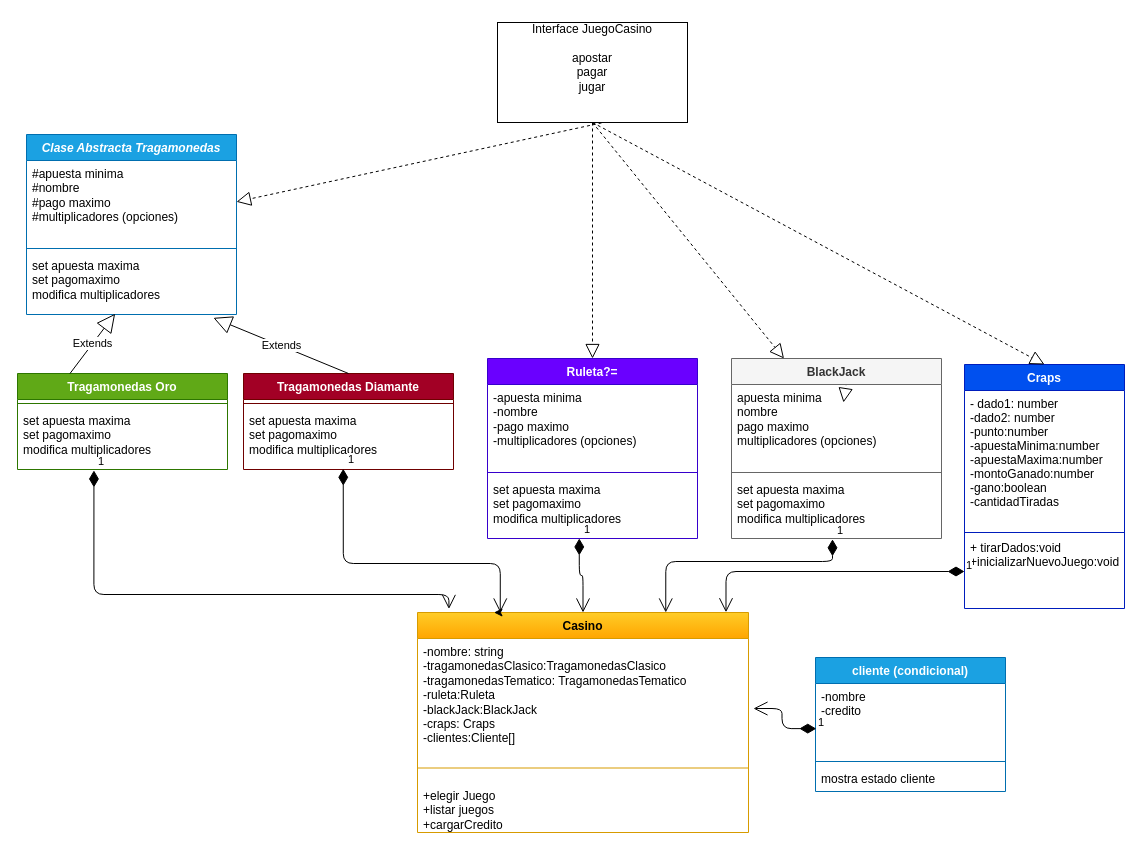
Before: Casino.drawio in ruedaariel/CasinoProyectoFinal, a draw.io diagram. Source tidied: cells renumbered, new cells numbered last; positions are measured from the earlier drawing's top-left corner, leaving out a move shared by most shapes. Both pictures are drawn from the tidied source at 100%, with x=0, y=0 at pixel (17, 22).
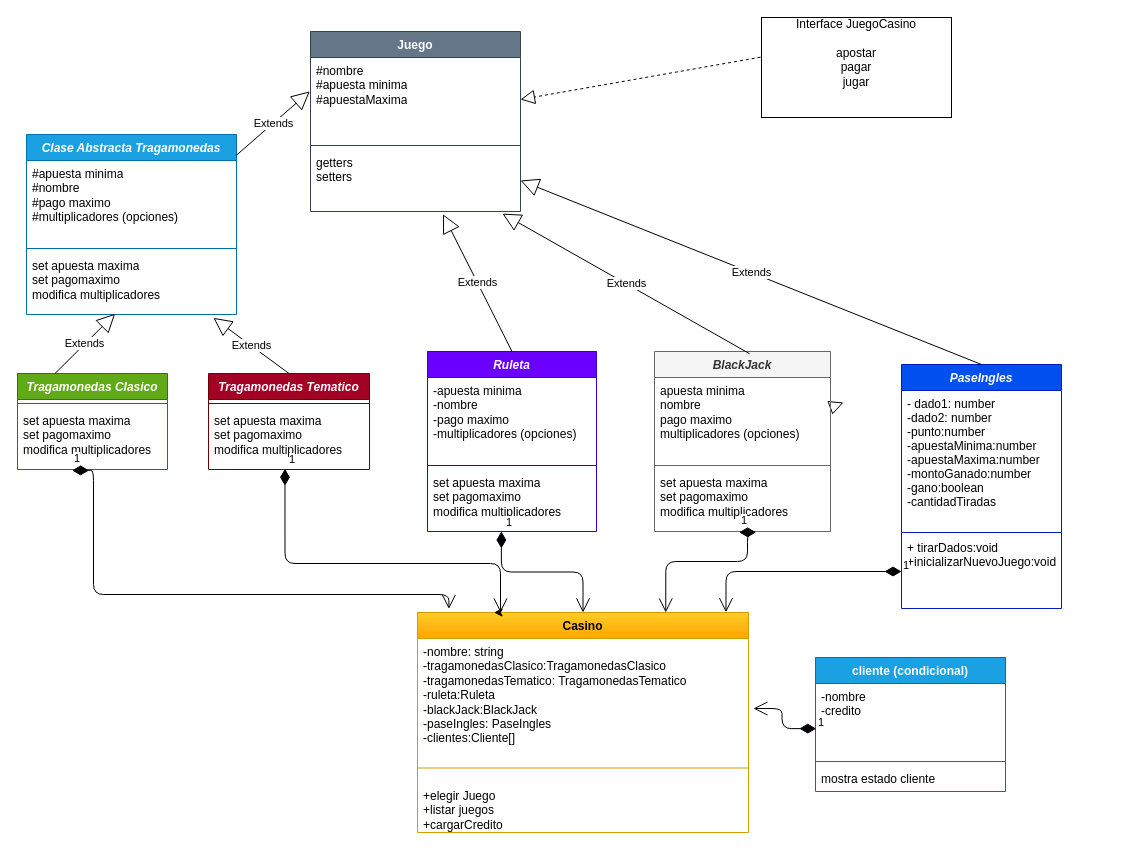
The same page after the edit.

Commit message (it also covers changes not shown here):
se agregaron comentarios a paseIngles

The change refers to these unchanged cells:
```xml
<mxCell id="3" value="&lt;i&gt;Clase Abstracta Tragamonedas&lt;/i&gt;" style="swimlane;fontStyle=1;align=center;verticalAlign=top;horizontal=1;startSize=26;whiteSpace=wrap;html=1;fillColor=#1ba1e2;strokeColor=#006EAF;fontColor=#ffffff;" parent="1" vertex="1">
  <mxGeometry x="9" y="112" width="210" height="180" as="geometry" />
</mxCell>
<mxCell id="4" value="&lt;div&gt;#apuesta minima&lt;/div&gt;&lt;div&gt;#nombre&lt;/div&gt;&lt;div&gt;#pago maximo&lt;/div&gt;&lt;div&gt;#multiplicadores (opciones)&lt;/div&gt;" style="text;strokeColor=none;fillColor=none;align=left;verticalAlign=top;spacingLeft=4;spacingRight=4;overflow=hidden;points=[[0,0.5],[1,0.5]];portConstraint=eastwest;whiteSpace=wrap;html=1;" parent="3" vertex="1">
  <mxGeometry y="26" width="210" height="84" as="geometry" />
</mxCell>
<mxCell id="13" value="Casino" style="swimlane;fontStyle=1;align=center;verticalAlign=top;horizontal=1;startSize=26;whiteSpace=wrap;html=1;fillColor=#ffcd28;gradientColor=#ffa500;strokeColor=#d79b00;" parent="1" vertex="1">
  <mxGeometry x="400" y="590" width="331" height="220" as="geometry" />
</mxCell>
```

Change to the diagram source:
```diff
@@
     <mxCell id="2" value="Interface JuegoCasino&lt;div&gt;&lt;br&gt;&lt;/div&gt;&lt;div&gt;apostar&lt;/div&gt;&lt;div&gt;pagar&lt;/div&gt;&lt;div&gt;jugar&lt;/div&gt;&lt;div&gt;&lt;br&gt;&lt;/div&gt;&lt;div&gt;&lt;br&gt;&lt;/div&gt;" style="html=1;whiteSpace=wrap;" parent="1" vertex="1">
-      <mxGeometry x="480" width="190" height="100" as="geometry" />
+      <mxGeometry x="744" y="-5" width="190" height="100" as="geometry" />
     </mxCell>
@@
-    <mxCell id="7" value="Tragamonedas Oro" style="swimlane;fontStyle=1;align=center;verticalAlign=top;horizontal=1;startSize=26;whiteSpace=wrap;html=1;fillColor=#60a917;strokeColor=#2D7600;fontColor=#ffffff;" parent="1" vertex="1">
-      <mxGeometry y="351" width="210" height="96" as="geometry" />
+    <mxCell id="7" value="&lt;i&gt;Tragamonedas Clasico&lt;/i&gt;" style="swimlane;fontStyle=1;align=center;verticalAlign=top;horizontal=1;startSize=26;whiteSpace=wrap;html=1;fillColor=#60a917;strokeColor=#2D7600;fontColor=#ffffff;" parent="1" vertex="1">
+      <mxGeometry y="351" width="150" height="96" as="geometry" />
     </mxCell>
     <mxCell id="8" style="line;strokeWidth=1;fillColor=none;align=left;verticalAlign=middle;spacingTop=-1;spacingLeft=3;spacingRight=3;labelPosition=right;strokeColor=inherit;" parent="7" vertex="1">
-      <mxGeometry y="26" width="210" height="8" as="geometry" />
+      <mxGeometry y="26" width="150" height="8" as="geometry" />
     </mxCell>
     <mxCell id="9" value="set apuesta maxima&lt;div&gt;set pagomaximo&lt;/div&gt;&lt;div&gt;modifica multiplicadores&lt;/div&gt;&lt;div&gt;&lt;br&gt;&lt;/div&gt;" style="text;strokeColor=none;fillColor=none;align=left;verticalAlign=top;spacingLeft=4;spacingRight=4;overflow=hidden;points=[[0,0.5],[1,0.5]];portConstraint=eastwest;whiteSpace=wrap;html=1;" parent="7" vertex="1">
-      <mxGeometry y="34" width="210" height="62" as="geometry" />
+      <mxGeometry y="34" width="150" height="62" as="geometry" />
     </mxCell>
-    <mxCell id="10" value="Tragamonedas Diamante" style="swimlane;fontStyle=1;align=center;verticalAlign=top;horizontal=1;startSize=26;whiteSpace=wrap;html=1;fillColor=#a20025;strokeColor=#6F0000;fontColor=#ffffff;" parent="1" vertex="1">
-      <mxGeometry x="226" y="351" width="210" height="96" as="geometry" />
+    <mxCell id="10" value="&lt;i&gt;Tragamonedas Tematico&lt;/i&gt;" style="swimlane;fontStyle=1;align=center;verticalAlign=top;horizontal=1;startSize=26;whiteSpace=wrap;html=1;fillColor=#a20025;strokeColor=#6F0000;fontColor=#ffffff;" parent="1" vertex="1">
+      <mxGeometry x="191" y="351" width="161" height="96" as="geometry" />
     </mxCell>
     <mxCell id="11" style="line;strokeWidth=1;fillColor=none;align=left;verticalAlign=middle;spacingTop=-1;spacingLeft=3;spacingRight=3;labelPosition=right;strokeColor=inherit;" parent="10" vertex="1">
-      <mxGeometry y="26" width="210" height="8" as="geometry" />
+      <mxGeometry y="26" width="161" height="8" as="geometry" />
     </mxCell>
     <mxCell id="12" value="set apuesta maxima&lt;div&gt;set pagomaximo&lt;/div&gt;&lt;div&gt;modifica multiplicadores&lt;/div&gt;&lt;div&gt;&lt;br&gt;&lt;/div&gt;" style="text;strokeColor=none;fillColor=none;align=left;verticalAlign=top;spacingLeft=4;spacingRight=4;overflow=hidden;points=[[0,0.5],[1,0.5]];portConstraint=eastwest;whiteSpace=wrap;html=1;" parent="10" vertex="1">
-      <mxGeometry y="34" width="210" height="62" as="geometry" />
+      <mxGeometry y="34" width="161" height="62" as="geometry" />
     </mxCell>
@@
-    <mxCell id="14" value="-nombre: string&lt;br&gt;-tragamonedasClasico:TragamonedasClasico&lt;div&gt;-tragamonedasTematico: TragamonedasTematico&lt;br&gt;&lt;div&gt;-ruleta:Ruleta&lt;/div&gt;&lt;div&gt;-blackJack:BlackJack&lt;/div&gt;&lt;div&gt;-craps: Craps&lt;/div&gt;&lt;div&gt;-clientes:Cliente[]&lt;/div&gt;&lt;/div&gt;" style="text;strokeColor=none;fillColor=none;align=left;verticalAlign=top;spacingLeft=4;spacingRight=4;overflow=hidden;points=[[0,0.5],[1,0.5]];portConstraint=eastwest;whiteSpace=wrap;html=1;" parent="13" vertex="1">
+    <mxCell id="14" value="-nombre: string&lt;br&gt;-tragamonedasClasico:TragamonedasClasico&lt;div&gt;-tragamonedasTematico: TragamonedasTematico&lt;br&gt;&lt;div&gt;-ruleta:Ruleta&lt;/div&gt;&lt;div&gt;-blackJack:BlackJack&lt;/div&gt;&lt;div&gt;-paseIngles: PaseIngles&lt;/div&gt;&lt;div&gt;-clientes:Cliente[]&lt;/div&gt;&lt;/div&gt;" style="text;strokeColor=none;fillColor=none;align=left;verticalAlign=top;spacingLeft=4;spacingRight=4;overflow=hidden;points=[[0,0.5],[1,0.5]];portConstraint=eastwest;whiteSpace=wrap;html=1;" parent="13" vertex="1">
       <mxGeometry y="26" width="331" height="115" as="geometry" />
     </mxCell>
@@
-    <mxCell id="17" value="Ruleta?=" style="swimlane;fontStyle=1;align=center;verticalAlign=top;horizontal=1;startSize=26;whiteSpace=wrap;html=1;fillColor=#6a00ff;strokeColor=#3700CC;fontColor=#ffffff;" parent="1" vertex="1">
-      <mxGeometry x="470" y="336" width="210" height="180" as="geometry" />
+    <mxCell id="17" value="&lt;i&gt;Ruleta&lt;/i&gt;" style="swimlane;fontStyle=1;align=center;verticalAlign=top;horizontal=1;startSize=26;whiteSpace=wrap;html=1;fillColor=#6a00ff;strokeColor=#3700CC;fontColor=#ffffff;" parent="1" vertex="1">
+      <mxGeometry x="410" y="329" width="169" height="180" as="geometry" />
     </mxCell>
     <mxCell id="18" value="&lt;div&gt;-apuesta minima&lt;/div&gt;&lt;div&gt;-nombre&lt;/div&gt;&lt;div&gt;-pago maximo&lt;/div&gt;&lt;div&gt;-multiplicadores (opciones)&lt;/div&gt;" style="text;strokeColor=none;fillColor=none;align=left;verticalAlign=top;spacingLeft=4;spacingRight=4;overflow=hidden;whiteSpace=wrap;html=1;" parent="17" vertex="1">
-      <mxGeometry y="26" width="210" height="84" as="geometry" />
+      <mxGeometry y="26" width="169" height="84" as="geometry" />
     </mxCell>
     <mxCell id="19" style="line;strokeWidth=1;fillColor=none;align=left;verticalAlign=middle;spacingTop=-1;spacingLeft=3;spacingRight=3;labelPosition=right;strokeColor=inherit;" parent="17" vertex="1">
-      <mxGeometry y="110" width="210" height="8" as="geometry" />
+      <mxGeometry y="110" width="169" height="8" as="geometry" />
     </mxCell>
     <mxCell id="20" value="set apuesta maxima&lt;div&gt;set pagomaximo&lt;/div&gt;&lt;div&gt;modifica multiplicadores&lt;/div&gt;&lt;div&gt;&lt;br&gt;&lt;/div&gt;" style="text;strokeColor=none;fillColor=none;align=left;verticalAlign=top;spacingLeft=4;spacingRight=4;overflow=hidden;points=[[0,0.5],[1,0.5]];portConstraint=eastwest;whiteSpace=wrap;html=1;" parent="17" vertex="1">
-      <mxGeometry y="118" width="210" height="62" as="geometry" />
+      <mxGeometry y="118" width="169" height="62" as="geometry" />
     </mxCell>
@@
-    <mxCell id="27" style="endArrow=block;dashed=1;endFill=0;endSize=12;html=1;rounded=0;" parent="1" edge="1" source="2" target="17">
-      <mxGeometry relative="1" as="geometry" />
-    </mxCell>
@@
-    <mxCell id="29" style="endArrow=block;dashed=1;endFill=0;endSize=12;html=1;rounded=0;exitX=0.548;exitY=1.004;exitDx=0;exitDy=0;exitPerimeter=0;" parent="1" edge="1" source="2" target="3">
+    <mxCell id="29" style="endArrow=block;dashed=1;endFill=0;endSize=12;html=1;rounded=0;exitX=-0.005;exitY=0.397;exitDx=0;exitDy=0;exitPerimeter=0;entryX=1;entryY=0.5;entryDx=0;entryDy=0;" parent="1" edge="1" source="2" target="48">
       <mxGeometry relative="1" as="geometry" />
     </mxCell>
-    <mxCell id="30" value="BlackJack" style="swimlane;fontStyle=1;align=center;verticalAlign=top;horizontal=1;startSize=26;whiteSpace=wrap;html=1;fillColor=#f5f5f5;strokeColor=#666666;fontColor=#333333;" parent="1" vertex="1">
-      <mxGeometry x="714" y="336" width="210" height="180" as="geometry" />
+    <mxCell id="30" value="&lt;i&gt;BlackJack&lt;/i&gt;" style="swimlane;fontStyle=1;align=center;verticalAlign=top;horizontal=1;startSize=26;whiteSpace=wrap;html=1;fillColor=#f5f5f5;strokeColor=#666666;fontColor=#333333;" parent="1" vertex="1">
+      <mxGeometry x="637" y="329" width="176" height="180" as="geometry" />
     </mxCell>
     <mxCell id="31" value="&lt;div&gt;apuesta minima&lt;/div&gt;&lt;div&gt;nombre&lt;/div&gt;&lt;div&gt;pago maximo&lt;/div&gt;&lt;div&gt;multiplicadores (opciones)&lt;/div&gt;" style="text;strokeColor=none;fillColor=none;align=left;verticalAlign=top;spacingLeft=4;spacingRight=4;overflow=hidden;whiteSpace=wrap;html=1;" parent="30" vertex="1">
-      <mxGeometry y="26" width="210" height="84" as="geometry" />
+      <mxGeometry y="26" width="176" height="84" as="geometry" />
     </mxCell>
     <mxCell id="32" style="line;strokeWidth=1;fillColor=none;align=left;verticalAlign=middle;spacingTop=-1;spacingLeft=3;spacingRight=3;labelPosition=right;strokeColor=inherit;" parent="30" vertex="1">
-      <mxGeometry y="110" width="210" height="8" as="geometry" />
+      <mxGeometry y="110" width="176" height="8" as="geometry" />
     </mxCell>
     <mxCell id="33" value="set apuesta maxima&lt;div&gt;set pagomaximo&lt;/div&gt;&lt;div&gt;modifica multiplicadores&lt;/div&gt;&lt;div&gt;&lt;br&gt;&lt;/div&gt;" style="text;strokeColor=none;fillColor=none;align=left;verticalAlign=top;spacingLeft=4;spacingRight=4;overflow=hidden;points=[[0,0.5],[1,0.5]];portConstraint=eastwest;whiteSpace=wrap;html=1;" parent="30" vertex="1">
-      <mxGeometry y="118" width="210" height="62" as="geometry" />
+      <mxGeometry y="118" width="176" height="62" as="geometry" />
     </mxCell>
-    <mxCell id="34" value="Craps" style="swimlane;fontStyle=1;align=center;verticalAlign=top;horizontal=1;startSize=26;fillColor=#0050ef;strokeColor=#001DBC;fontColor=#ffffff;" parent="1" vertex="1">
-      <mxGeometry x="947" y="342" width="160" height="244" as="geometry" />
+    <mxCell id="34" value="PaseIngles" style="swimlane;fontStyle=3;align=center;verticalAlign=top;horizontal=1;startSize=26;fillColor=#0050ef;strokeColor=#001DBC;fontColor=#ffffff;" parent="1" vertex="1">
+      <mxGeometry x="884" y="342" width="160" height="244" as="geometry" />
     </mxCell>
@@
-    <mxCell id="38" style="endArrow=block;dashed=1;endFill=0;endSize=12;html=1;rounded=0;entryX=0.25;entryY=0;entryDx=0;entryDy=0;exitX=0.5;exitY=1;exitDx=0;exitDy=0;" parent="1" edge="1" source="2" target="30">
-      <mxGeometry relative="1" as="geometry" />
-    </mxCell>
-    <mxCell id="39" style="endArrow=block;dashed=1;endFill=0;endSize=12;html=1;rounded=0;entryX=0.5;entryY=0;entryDx=0;entryDy=0;exitX=0.5;exitY=1;exitDx=0;exitDy=0;" parent="1" edge="1" source="2" target="34">
-      <mxGeometry relative="1" as="geometry" />
-    </mxCell>
@@
-    <mxCell id="42" value="1" style="endArrow=open;html=1;endSize=12;startArrow=diamondThin;startSize=14;startFill=1;edgeStyle=orthogonalEdgeStyle;align=left;verticalAlign=bottom;exitX=0.475;exitY=0.989;exitDx=0;exitDy=0;exitPerimeter=0;entryX=0.25;entryY=0;entryDx=0;entryDy=0;" parent="1" edge="1" source="12" target="13">
+    <mxCell id="42" value="1" style="endArrow=open;html=1;endSize=12;startArrow=diamondThin;startSize=14;startFill=1;edgeStyle=orthogonalEdgeStyle;align=left;verticalAlign=bottom;exitX=0.475;exitY=0.989;exitDx=0;exitDy=0;exitPerimeter=0;" parent="1" edge="1" source="12">
       <mxGeometry x="-1" y="3" relative="1" as="geometry">
+        <mxPoint x="483" y="590" as="targetPoint" />
         <Array as="points">
-          <mxPoint x="326" y="541" />
+          <mxPoint x="268" y="541" />
           <mxPoint x="483" y="541" />
         </Array>
       </mxGeometry>
     </mxCell>
@@
     <mxCell id="44" value="1" style="endArrow=open;html=1;endSize=12;startArrow=diamondThin;startSize=14;startFill=1;edgeStyle=orthogonalEdgeStyle;align=left;verticalAlign=bottom;exitX=0.481;exitY=1.013;exitDx=0;exitDy=0;exitPerimeter=0;entryX=0.75;entryY=0;entryDx=0;entryDy=0;" parent="1" edge="1" source="33" target="13">
       <mxGeometry x="-1" y="3" relative="1" as="geometry">
         <Array as="points">
-          <mxPoint x="815" y="539" />
+          <mxPoint x="730" y="510" />
+          <mxPoint x="730" y="539" />
           <mxPoint x="648" y="539" />
         </Array>
       </mxGeometry>
     </mxCell>
@@
+    <mxCell id="47" value="Juego" style="swimlane;fontStyle=1;align=center;verticalAlign=top;horizontal=1;startSize=26;whiteSpace=wrap;html=1;fillColor=#647687;strokeColor=#314354;fontColor=#ffffff;" parent="1" vertex="1">
+      <mxGeometry x="293" y="9" width="210" height="180" as="geometry" />
+    </mxCell>
+    <mxCell id="48" value="&lt;div&gt;#nombre&lt;/div&gt;&lt;div&gt;#apuesta minima&lt;/div&gt;&lt;div&gt;&lt;span style=&quot;background-color: initial;&quot;&gt;#apuestaMaxima&lt;/span&gt;&lt;br&gt;&lt;/div&gt;&lt;div&gt;&lt;br&gt;&lt;/div&gt;" style="text;strokeColor=none;fillColor=none;align=left;verticalAlign=top;spacingLeft=4;spacingRight=4;overflow=hidden;points=[[0,0.5],[1,0.5]];portConstraint=eastwest;whiteSpace=wrap;html=1;" parent="47" vertex="1">
+      <mxGeometry y="26" width="210" height="84" as="geometry" />
+    </mxCell>
+    <mxCell id="49" style="line;strokeWidth=1;fillColor=none;align=left;verticalAlign=middle;spacingTop=-1;spacingLeft=3;spacingRight=3;labelPosition=right;strokeColor=inherit;" parent="47" vertex="1">
+      <mxGeometry y="110" width="210" height="8" as="geometry" />
+    </mxCell>
+    <mxCell id="50" value="getters&lt;br&gt;setters" style="text;strokeColor=none;fillColor=none;align=left;verticalAlign=top;spacingLeft=4;spacingRight=4;overflow=hidden;points=[[0,0.5],[1,0.5]];portConstraint=eastwest;whiteSpace=wrap;html=1;" parent="47" vertex="1">
+      <mxGeometry y="118" width="210" height="62" as="geometry" />
+    </mxCell>
+    <mxCell id="51" value="Extends" style="endArrow=block;endSize=16;endFill=0;html=1;entryX=0.914;entryY=1.034;entryDx=0;entryDy=0;entryPerimeter=0;exitX=0.54;exitY=0.012;exitDx=0;exitDy=0;exitPerimeter=0;" parent="1" edge="1" source="30" target="50">
+      <mxGeometry relative="1" as="geometry" />
+    </mxCell>
+    <mxCell id="52" value="Extends" style="endArrow=block;endSize=16;endFill=0;html=1;entryX=-0.003;entryY=0.403;entryDx=0;entryDy=0;entryPerimeter=0;exitX=0.998;exitY=-0.059;exitDx=0;exitDy=0;exitPerimeter=0;" parent="1" edge="1" source="4" target="48">
+      <mxGeometry relative="1" as="geometry" />
+    </mxCell>
+    <mxCell id="53" value="Extends" style="endArrow=block;endSize=16;endFill=0;html=1;entryX=0.631;entryY=1.045;entryDx=0;entryDy=0;entryPerimeter=0;exitX=0.5;exitY=0;exitDx=0;exitDy=0;" parent="1" edge="1" source="17" target="50">
+      <mxGeometry relative="1" as="geometry" />
+    </mxCell>
+    <mxCell id="54" value="Extends" style="endArrow=block;endSize=16;endFill=0;html=1;entryX=1;entryY=0.5;entryDx=0;entryDy=0;exitX=0.5;exitY=0;exitDx=0;exitDy=0;" parent="1" edge="1" source="34" target="50">
+      <mxGeometry relative="1" as="geometry" />
+    </mxCell>
```
